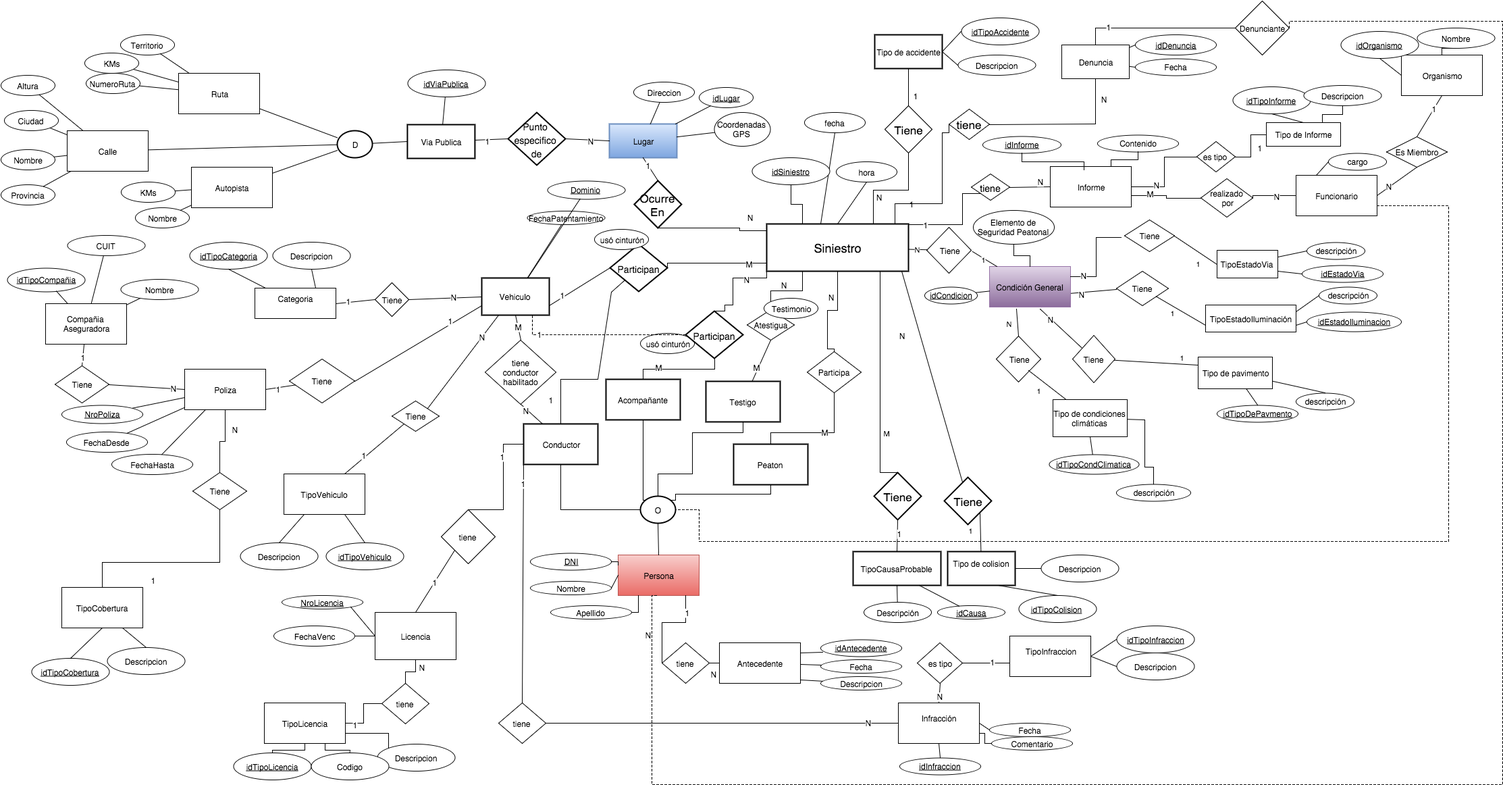
Above: informe/imagenes/DER.png in mpizzagalli/BBDD (draw.io), before the change. Source tidied: cells renumbered, new cells last; positions are measured from the earlier drawing's top-left corner, leaving out a move shared by most shapes.
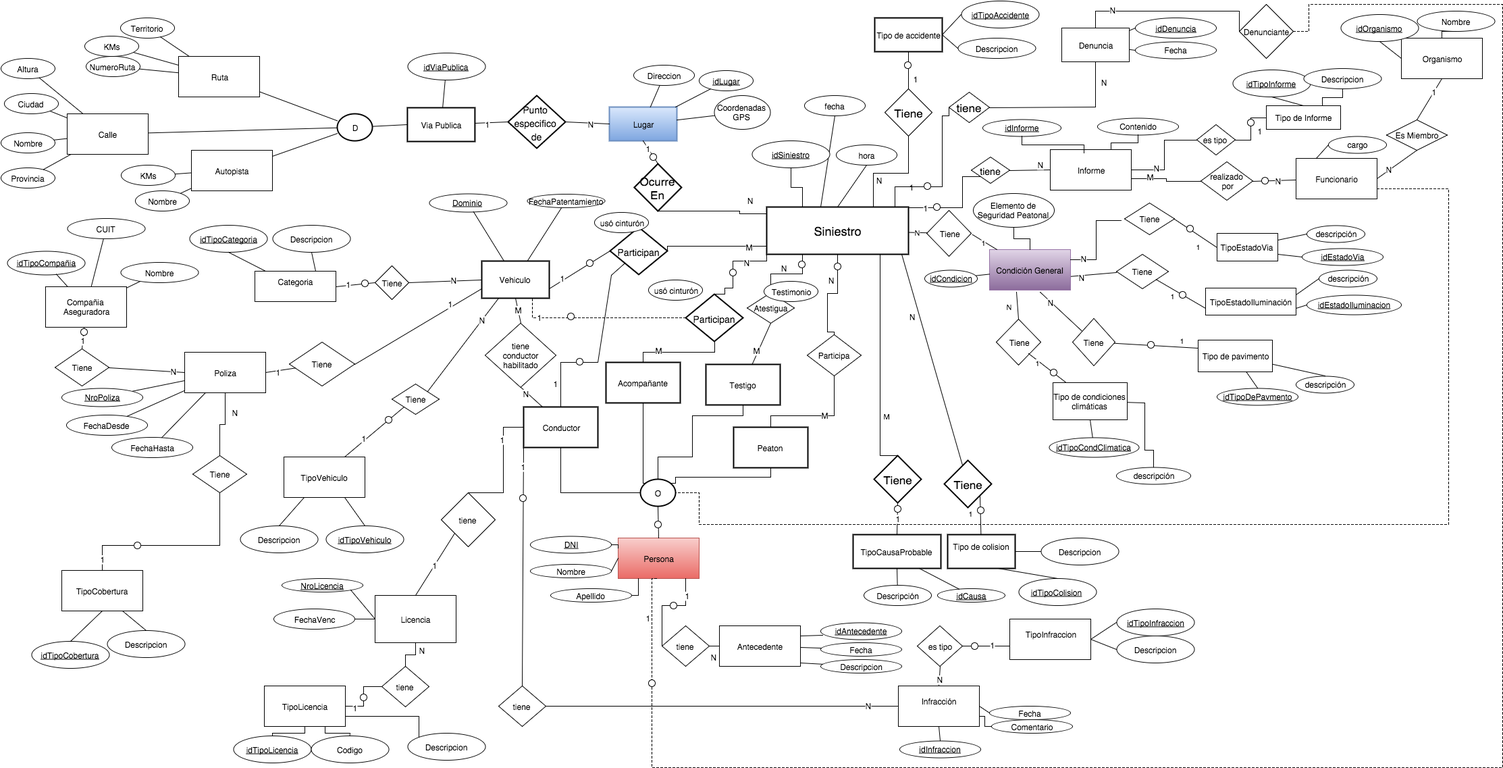
The same file after the commit.

What changed in the source:
```diff
@@ -24,7 +24,9 @@
       <mxGeometry relative="1" as="geometry" />
     </mxCell>
     <mxCell id="9" value="1" style="text;html=1;align=center;verticalAlign=middle;labelBackgroundColor=#ffffff;" parent="8" vertex="1">
-      <mxGeometry x="-0.19" y="3" relative="1" as="geometry" />
+      <mxGeometry x="-0.19" y="3" relative="1" as="geometry">
+        <mxPoint x="-2" y="3" as="offset" />
+      </mxGeometry>
     </mxCell>
     <mxCell id="10" value="Tiene" style="shape=rhombus;strokeWidth=2;fontSize=17;perimeter=rhombusPerimeter;whiteSpace=wrap;html=1;" parent="1" vertex="1">
       <mxGeometry x="1293" y="698" width="70" height="70" as="geometry" />
@@ -327,7 +329,7 @@
     </mxCell>
     <mxCell id="91" value="1" style="text;html=1;align=center;verticalAlign=middle;labelBackgroundColor=#ffffff;" parent="90" vertex="1">
       <mxGeometry x="-0.39" y="-1" relative="1" as="geometry">
-        <mxPoint x="-33" y="28" as="offset" />
+        <mxPoint x="-26" y="29" as="offset" />
       </mxGeometry>
     </mxCell>
     <mxCell id="92" style="edgeStyle=none;rounded=0;html=1;exitX=0.25;exitY=1;entryX=1;entryY=0;endArrow=none;endFill=0;strokeColor=#000000;fontColor=#000000;" parent="1" edge="1" source="14" target="88">
@@ -385,7 +387,7 @@
       <mxGeometry relative="1" as="geometry" />
     </mxCell>
     <mxCell id="110" value="&lt;u&gt;Dominio&lt;/u&gt;" style="ellipse;whiteSpace=wrap;html=1;" parent="1" vertex="1">
-      <mxGeometry x="809" y="266" width="115" height="27" as="geometry" />
+      <mxGeometry x="634" y="310" width="115" height="27" as="geometry" />
     </mxCell>
     <mxCell id="111" value="FechaPatentamiento" style="ellipse;whiteSpace=wrap;html=1;" parent="1" vertex="1">
       <mxGeometry x="779" y="311" width="115" height="20" as="geometry" />
@@ -469,7 +471,7 @@
       <mxGeometry x="1328" y="290" width="40" height="20" as="geometry" />
     </mxCell>
     <mxCell id="138" value="N" style="text;html=1;strokeColor=none;fillColor=none;align=center;verticalAlign=middle;whiteSpace=wrap;overflow=hidden;" parent="1" vertex="1">
-      <mxGeometry x="1314" y="485" width="40" height="20" as="geometry" />
+      <mxGeometry x="1329" y="482" width="40" height="20" as="geometry" />
     </mxCell>
     <mxCell id="139" value="&lt;u&gt;idLugar&lt;/u&gt;" style="ellipse;whiteSpace=wrap;html=1;" parent="1" vertex="1">
       <mxGeometry x="1034" y="128" width="80" height="30" as="geometry" />
@@ -522,7 +524,7 @@
       <mxGeometry x="0.03" y="-12" relative="1" as="geometry" />
     </mxCell>
     <mxCell id="155" value="1" style="endArrow=none;html=1;exitX=0.747;exitY=0.273;exitPerimeter=0;" parent="1" edge="1" source="153" target="152">
-      <mxGeometry x="-0.12" y="-13" relative="1" as="geometry" />
+      <mxGeometry x="-0.42" y="-2" relative="1" as="geometry" />
     </mxCell>
     <mxCell id="156" value="Tipo de pavimento" style="whiteSpace=wrap;html=1;" parent="1" vertex="1">
       <mxGeometry x="1773" y="527" width="110" height="47" as="geometry" />
@@ -572,7 +574,7 @@
       <mxGeometry x="0.41" y="-13" relative="1" as="geometry" />
     </mxCell>
     <mxCell id="170" value="usó cinturón" style="ellipse;whiteSpace=wrap;html=1;" parent="1" vertex="1">
-      <mxGeometry x="947" y="492" width="80" height="30" as="geometry" />
+      <mxGeometry x="959" y="438" width="80" height="30" as="geometry" />
     </mxCell>
     <mxCell id="171" style="edgeStyle=orthogonalEdgeStyle;rounded=0;html=1;exitX=0.5;exitY=1;entryX=0.25;entryY=0;endArrow=none;endFill=0;" parent="1" edge="1" source="271" target="2">
       <mxGeometry relative="1" as="geometry">
@@ -705,12 +707,8 @@
         <mxPoint x="-4" y="1" as="offset" />
       </mxGeometry>
     </mxCell>
-    <mxCell id="205" style="edgeStyle=orthogonalEdgeStyle;rounded=0;html=1;exitX=1;exitY=0.5;entryX=0;entryY=0.5;endArrow=none;endFill=0;" parent="1" edge="1" source="202" target="201">
-      <mxGeometry x="1049.1" y="286" as="geometry">
-        <Array as="points">
-          <mxPoint x="1854" y="288" />
-        </Array>
-      </mxGeometry>
+    <mxCell id="205" style="rounded=0;html=1;endArrow=none;endFill=0;exitX=1;exitY=0.5;" parent="1" edge="1" source="202" target="201">
+      <mxGeometry x="1049.1" y="286" as="geometry" />
     </mxCell>
     <mxCell id="206" value="N" style="text;html=1;align=center;verticalAlign=middle;labelBackgroundColor=#ffffff;" parent="205" vertex="1">
       <mxGeometry relative="1" as="geometry">
@@ -778,7 +776,7 @@
       <mxGeometry x="-440.7" y="309.5" as="geometry" />
     </mxCell>
     <mxCell id="223" value="Denunciante" style="rhombus;whiteSpace=wrap;html=1;" parent="1" vertex="1">
-      <mxGeometry x="1828" width="80" height="80" as="geometry" />
+      <mxGeometry x="1834" y="30" width="80" height="80" as="geometry" />
     </mxCell>
     <mxCell id="224" style="edgeStyle=orthogonalEdgeStyle;rounded=0;html=1;exitX=0;exitY=0.5;entryX=0.5;entryY=0;endArrow=none;endFill=0;" parent="1" edge="1" source="223" target="22">
       <mxGeometry relative="1" as="geometry">
@@ -787,13 +785,14 @@
         </Array>
       </mxGeometry>
     </mxCell>
-    <mxCell id="225" value="1" style="text;html=1;align=center;verticalAlign=middle;labelBackgroundColor=#ffffff;" parent="224" vertex="1">
+    <mxCell id="225" value="N" style="text;html=1;align=center;verticalAlign=middle;labelBackgroundColor=#ffffff;" parent="224" vertex="1">
       <mxGeometry x="0.62" y="-3" relative="1" as="geometry" />
     </mxCell>
     <mxCell id="226" style="edgeStyle=orthogonalEdgeStyle;rounded=0;html=1;exitX=1;exitY=0.5;entryX=0.5;entryY=1;endArrow=none;endFill=0;dashed=1;" parent="1" edge="1" source="223" target="70">
       <mxGeometry relative="1" as="geometry">
         <Array as="points">
-          <mxPoint x="1909" y="30" />
+          <mxPoint x="1937" y="70" />
+          <mxPoint x="1937" y="30" />
           <mxPoint x="2224" y="30" />
           <mxPoint x="2224" y="1160" />
           <mxPoint x="964" y="1160" />
@@ -801,7 +800,7 @@
         </Array>
       </mxGeometry>
     </mxCell>
-    <mxCell id="227" value="N" style="text;html=1;align=center;verticalAlign=middle;labelBackgroundColor=#ffffff;" parent="226" vertex="1">
+    <mxCell id="227" value="1" style="text;html=1;align=center;verticalAlign=middle;labelBackgroundColor=#ffffff;" parent="226" vertex="1">
       <mxGeometry x="0.96" y="5" relative="1" as="geometry">
         <mxPoint y="1" as="offset" />
       </mxGeometry>
@@ -872,7 +871,7 @@
     </mxCell>
     <mxCell id="245" value="1" style="text;html=1;align=center;verticalAlign=middle;labelBackgroundColor=#ffffff;" parent="244" vertex="1">
       <mxGeometry x="0.16" y="-2" relative="1" as="geometry">
-        <mxPoint x="-8" y="27" as="offset" />
+        <mxPoint x="-83" y="21" as="offset" />
       </mxGeometry>
     </mxCell>
     <mxCell id="246" style="edgeStyle=orthogonalEdgeStyle;rounded=0;html=1;exitX=0.5;exitY=0;entryX=0.5;entryY=1;endArrow=none;endFill=0;" parent="1" edge="1" source="243" target="235">
@@ -1181,7 +1180,7 @@
       <mxGeometry x="344" y="1113" width="115" height="40" as="geometry" />
     </mxCell>
     <mxCell id="325" value="Descripcion" style="ellipse;whiteSpace=wrap;html=1;" parent="1" vertex="1">
-      <mxGeometry x="557" y="1100" width="115" height="40" as="geometry" />
+      <mxGeometry x="602" y="1109" width="115" height="40" as="geometry" />
     </mxCell>
     <mxCell id="326" value="tiene" style="rhombus;whiteSpace=wrap;html=1;" parent="1" vertex="1">
       <mxGeometry x="564" y="1010" width="70" height="60" as="geometry" />
@@ -1279,5 +1278,89 @@
     <mxCell id="354" value="Testimonio" style="ellipse;whiteSpace=wrap;html=1;" parent="1" vertex="1">
       <mxGeometry x="1130" y="440" width="80" height="30" as="geometry" />
     </mxCell>
+    <mxCell id="355" style="ellipse;whiteSpace=wrap;html=1;" parent="1" vertex="1">
+      <mxGeometry x="1234" y="413" width="10" height="10" as="geometry" />
+    </mxCell>
+    <mxCell id="356" style="ellipse;whiteSpace=wrap;html=1;" parent="1" vertex="1">
+      <mxGeometry x="1181" y="410" width="10" height="10" as="geometry" />
+    </mxCell>
+    <mxCell id="357" style="ellipse;whiteSpace=wrap;html=1;" parent="1" vertex="1">
+      <mxGeometry x="1079" y="422" width="10" height="10" as="geometry" />
+    </mxCell>
+    <mxCell id="358" style="ellipse;whiteSpace=wrap;html=1;" parent="1" vertex="1">
+      <mxGeometry x="1381" y="325" width="10" height="10" as="geometry" />
+    </mxCell>
+    <mxCell id="359" style="ellipse;whiteSpace=wrap;html=1;" parent="1" vertex="1">
+      <mxGeometry x="1367" y="294" width="10" height="10" as="geometry" />
+    </mxCell>
+    <mxCell id="360" style="ellipse;whiteSpace=wrap;html=1;" parent="1" vertex="1">
+      <mxGeometry x="1338" y="115" width="10" height="10" as="geometry" />
+    </mxCell>
+    <mxCell id="361" style="ellipse;whiteSpace=wrap;html=1;" parent="1" vertex="1">
+      <mxGeometry x="1846" y="200" width="10" height="10" as="geometry" />
+    </mxCell>
+    <mxCell id="362" style="ellipse;whiteSpace=wrap;html=1;" parent="1" vertex="1">
+      <mxGeometry x="1867" y="286" width="10" height="10" as="geometry" />
+    </mxCell>
+    <mxCell id="363" style="ellipse;whiteSpace=wrap;html=1;" parent="1" vertex="1">
+      <mxGeometry x="1756" y="357" width="10" height="10" as="geometry" />
+    </mxCell>
+    <mxCell id="364" style="ellipse;whiteSpace=wrap;html=1;" parent="1" vertex="1">
+      <mxGeometry x="1745" y="455" width="10" height="10" as="geometry" />
+    </mxCell>
+    <mxCell id="365" style="ellipse;whiteSpace=wrap;html=1;" parent="1" vertex="1">
+      <mxGeometry x="1698" y="529" width="10" height="10" as="geometry" />
+    </mxCell>
+    <mxCell id="366" style="ellipse;whiteSpace=wrap;html=1;" parent="1" vertex="1">
+      <mxGeometry x="1554" y="570" width="10" height="10" as="geometry" />
+    </mxCell>
+    <mxCell id="367" style="ellipse;whiteSpace=wrap;html=1;" parent="1" vertex="1">
+      <mxGeometry x="1446" y="774" width="10" height="10" as="geometry" />
+    </mxCell>
+    <mxCell id="368" style="ellipse;whiteSpace=wrap;html=1;" parent="1" vertex="1">
+      <mxGeometry x="1323" y="772" width="10" height="10" as="geometry" />
+    </mxCell>
+    <mxCell id="369" style="ellipse;whiteSpace=wrap;html=1;" parent="1" vertex="1">
+      <mxGeometry x="1437" y="975" width="10" height="10" as="geometry" />
+    </mxCell>
+    <mxCell id="370" style="ellipse;whiteSpace=wrap;html=1;" parent="1" vertex="1">
+      <mxGeometry x="959" y="1030" width="10" height="10" as="geometry" />
+    </mxCell>
+    <mxCell id="371" style="ellipse;whiteSpace=wrap;html=1;" parent="1" vertex="1">
+      <mxGeometry x="991" y="915" width="10" height="10" as="geometry" />
+    </mxCell>
+    <mxCell id="372" style="ellipse;whiteSpace=wrap;html=1;" parent="1" vertex="1">
+      <mxGeometry x="968" y="795" width="10" height="10" as="geometry" />
+    </mxCell>
+    <mxCell id="373" style="ellipse;whiteSpace=wrap;html=1;" parent="1" vertex="1">
+      <mxGeometry x="961" y="251" width="10" height="10" as="geometry" />
+    </mxCell>
+    <mxCell id="374" style="ellipse;whiteSpace=wrap;html=1;" parent="1" vertex="1">
+      <mxGeometry x="867" y="408" width="10" height="10" as="geometry" />
+    </mxCell>
+    <mxCell id="375" style="ellipse;whiteSpace=wrap;html=1;" parent="1" vertex="1">
+      <mxGeometry x="852" y="554" width="10" height="10" as="geometry" />
+    </mxCell>
+    <mxCell id="376" style="ellipse;whiteSpace=wrap;html=1;" parent="1" vertex="1">
+      <mxGeometry x="839" y="487" width="10" height="10" as="geometry" />
+    </mxCell>
+    <mxCell id="377" style="ellipse;whiteSpace=wrap;html=1;" parent="1" vertex="1">
+      <mxGeometry x="569" y="640" width="10" height="10" as="geometry" />
+    </mxCell>
+    <mxCell id="378" style="ellipse;whiteSpace=wrap;html=1;" parent="1" vertex="1">
+      <mxGeometry x="768" y="756" width="10" height="10" as="geometry" />
+    </mxCell>
+    <mxCell id="379" style="ellipse;whiteSpace=wrap;html=1;" parent="1" vertex="1">
+      <mxGeometry x="534" y="438" width="10" height="10" as="geometry" />
+    </mxCell>
+    <mxCell id="380" style="ellipse;whiteSpace=wrap;html=1;" parent="1" vertex="1">
+      <mxGeometry x="532" y="1051" width="10" height="10" as="geometry" />
+    </mxCell>
+    <mxCell id="381" style="ellipse;whiteSpace=wrap;html=1;" parent="1" vertex="1">
+      <mxGeometry x="197" y="826" width="10" height="10" as="geometry" />
+    </mxCell>
+    <mxCell id="382" style="ellipse;whiteSpace=wrap;html=1;" parent="1" vertex="1">
+      <mxGeometry x="118" y="510" width="10" height="10" as="geometry" />
+    </mxCell>
   </root>
 </mxGraphModel>
```
